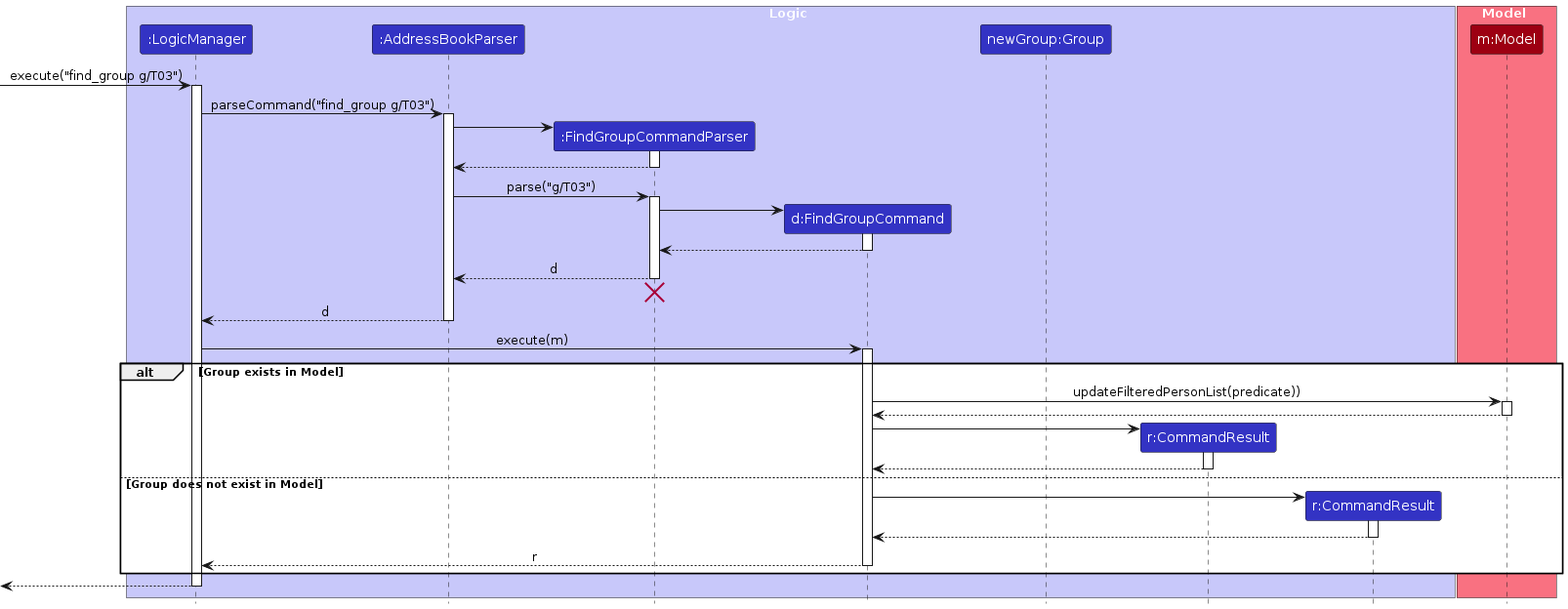
The PlantUML diagram diagrams/FindStudentByGroupSequenceDiagram.png in AY2526S1-CS2103T-W11-1/tp, before a commit. Its source is kept beside it as diagrams/FindStudentByGroupSequenceDiagram.puml.
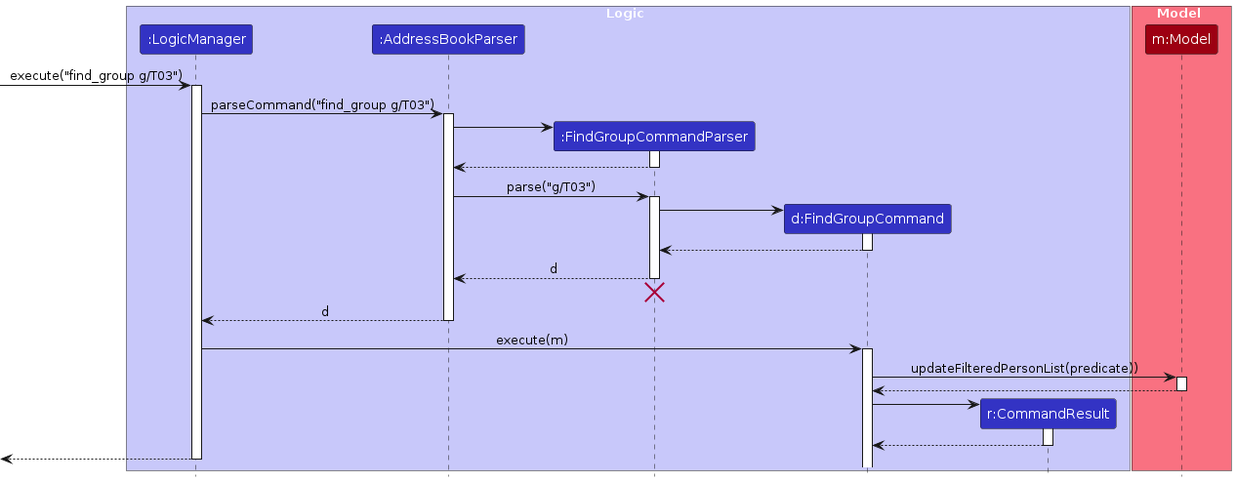
The same file after the commit.

Diff of the diagram source:
```diff
@@ -7,9 +7,7 @@
 participant ":AddressBookParser" as AddressBookParser LOGIC_COLOR
 participant ":FindGroupCommandParser" as FindGroupCommandParser LOGIC_COLOR
 participant "d:FindGroupCommand" as FindGroupCommand LOGIC_COLOR
-participant "newGroup:Group" as Group LOGIC_COLOR
 participant "r:CommandResult" as CommandResultSuccess LOGIC_COLOR
-participant "r:CommandResult" as CommandResultFail LOGIC_COLOR
 end box
 
 box Model MODEL_COLOR_T1
@@ -50,7 +48,6 @@
 LogicManager -> FindGroupCommand : execute(m)
 activate FindGroupCommand
 
-alt Group exists in Model
 FindGroupCommand -> Model : updateFilteredPersonList(predicate))
 activate Model
 
@@ -63,19 +60,6 @@
 CommandResultSuccess --> FindGroupCommand
 deactivate CommandResultSuccess
 
-else Group does not exist in Model
-
-create CommandResultFail
-FindGroupCommand -> CommandResultFail
-activate CommandResultFail
-
-CommandResultFail --> FindGroupCommand
-deactivate CommandResultFail
-
-FindGroupCommand --> LogicManager : r
-deactivate FindGroupCommand
-end
-
 [<--LogicManager
 deactivate LogicManager
 @enduml
```
